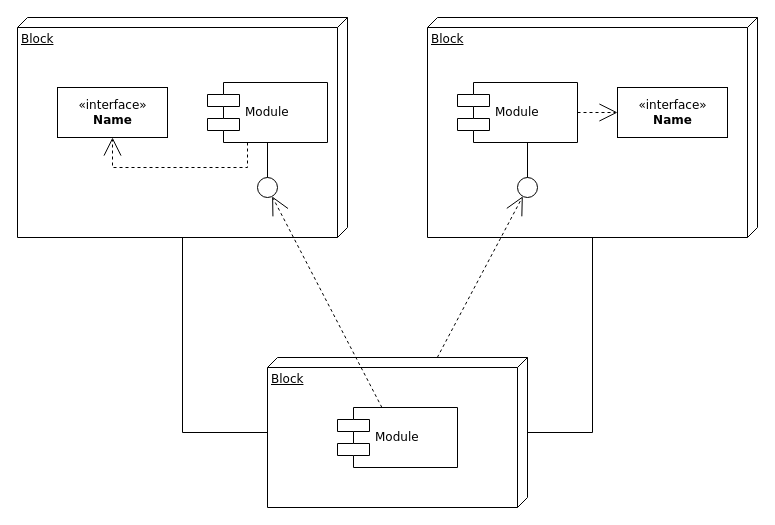
nanxi666/Ocean-Front-base keeps this draw.io diagram as 课程报告/未命名绘图.drawio. Above is the earlier version. Source tidied: cells renumbered, new cells numbered last; positions are measured from the earlier drawing's top-left corner, leaving out a move shared by most shapes. Both pictures are drawn from the tidied source at 100%, with x=0, y=0 at pixel (17, 17).
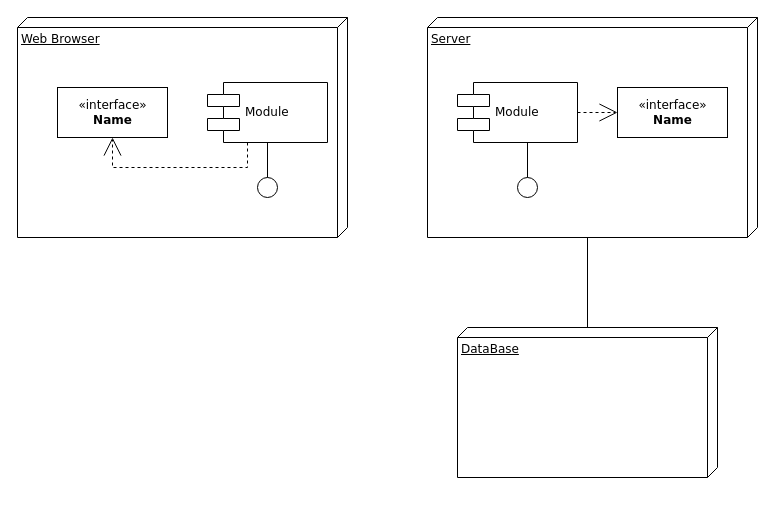
The same diagram, later.

The change refers to these unchanged cells:
```xml
<mxCell id="7" style="ellipse;whiteSpace=wrap;html=1;rounded=0;shadow=0;comic=0;labelBackgroundColor=none;strokeWidth=1;fontFamily=Verdana;fontSize=12;align=center;" parent="1" vertex="1">
  <mxGeometry x="240" y="160" width="20" height="20" as="geometry" />
</mxCell>
<mxCell id="10" style="ellipse;whiteSpace=wrap;html=1;rounded=0;shadow=0;comic=0;labelBackgroundColor=none;strokeWidth=1;fontFamily=Verdana;fontSize=12;align=center;" parent="1" vertex="1">
  <mxGeometry x="500" y="160" width="20" height="20" as="geometry" />
</mxCell>
```

Change to the diagram source:
```diff
@@
-    <mxCell id="2" value="Block" style="verticalAlign=top;align=left;spacingTop=8;spacingLeft=2;spacingRight=12;shape=cube;size=10;direction=south;fontStyle=4;html=1;rounded=0;shadow=0;comic=0;labelBackgroundColor=none;strokeWidth=1;fontFamily=Verdana;fontSize=12;" parent="1" vertex="1">
+    <mxCell id="2" value="Web Browser" style="verticalAlign=top;align=left;spacingTop=8;spacingLeft=2;spacingRight=12;shape=cube;size=10;direction=south;fontStyle=4;html=1;rounded=0;shadow=0;comic=0;labelBackgroundColor=none;strokeWidth=1;fontFamily=Verdana;fontSize=12;" parent="1" vertex="1">
       <mxGeometry width="330" height="220" as="geometry" />
     </mxCell>
-    <mxCell id="3" value="Block" style="verticalAlign=top;align=left;spacingTop=8;spacingLeft=2;spacingRight=12;shape=cube;size=10;direction=south;fontStyle=4;html=1;rounded=0;shadow=0;comic=0;labelBackgroundColor=none;strokeWidth=1;fontFamily=Verdana;fontSize=12;" parent="1" vertex="1">
+    <mxCell id="3" value="Server" style="verticalAlign=top;align=left;spacingTop=8;spacingLeft=2;spacingRight=12;shape=cube;size=10;direction=south;fontStyle=4;html=1;rounded=0;shadow=0;comic=0;labelBackgroundColor=none;strokeWidth=1;fontFamily=Verdana;fontSize=12;" parent="1" vertex="1">
       <mxGeometry x="410" width="330" height="220" as="geometry" />
     </mxCell>
-    <mxCell id="4" value="Block" style="verticalAlign=top;align=left;spacingTop=8;spacingLeft=2;spacingRight=12;shape=cube;size=10;direction=south;fontStyle=4;html=1;rounded=0;shadow=0;comic=0;labelBackgroundColor=none;strokeWidth=1;fontFamily=Verdana;fontSize=12;" parent="1" vertex="1">
-      <mxGeometry x="250" y="340" width="260" height="150" as="geometry" />
+    <mxCell id="4" value="DataBase" style="verticalAlign=top;align=left;spacingTop=8;spacingLeft=2;spacingRight=12;shape=cube;size=10;direction=south;fontStyle=4;html=1;rounded=0;shadow=0;comic=0;labelBackgroundColor=none;strokeWidth=1;fontFamily=Verdana;fontSize=12;" parent="1" vertex="1">
+      <mxGeometry x="440" y="310" width="260" height="150" as="geometry" />
     </mxCell>
@@
-    <mxCell id="11" value="Module" style="shape=component;align=left;spacingLeft=36;rounded=0;shadow=0;comic=0;labelBackgroundColor=none;strokeWidth=1;fontFamily=Verdana;fontSize=12;html=1;" parent="1" vertex="1">
-      <mxGeometry x="320" y="390" width="120" height="60" as="geometry" />
-    </mxCell>
-    <mxCell id="12" style="edgeStyle=none;rounded=0;html=1;dashed=1;labelBackgroundColor=none;startArrow=none;startFill=0;startSize=8;endArrow=open;endFill=0;endSize=16;fontFamily=Verdana;fontSize=12;" parent="1" edge="1" source="11" target="7">
-      <mxGeometry relative="1" as="geometry" />
-    </mxCell>
-    <mxCell id="13" style="edgeStyle=none;rounded=0;html=1;dashed=1;labelBackgroundColor=none;startArrow=none;startFill=0;startSize=8;endArrow=open;endFill=0;endSize=16;fontFamily=Verdana;fontSize=12;" parent="1" edge="1" source="4" target="10">
-      <mxGeometry relative="1" as="geometry" />
-    </mxCell>
@@
-    <mxCell id="19" style="edgeStyle=orthogonalEdgeStyle;rounded=0;html=1;labelBackgroundColor=none;startArrow=none;startFill=0;startSize=8;endArrow=none;endFill=0;endSize=16;fontFamily=Verdana;fontSize=12;" parent="1" edge="1" source="4" target="2">
-      <mxGeometry relative="1" as="geometry">
-        <Array as="points">
-          <mxPoint x="165" y="415" />
-        </Array>
-      </mxGeometry>
-    </mxCell>
```
